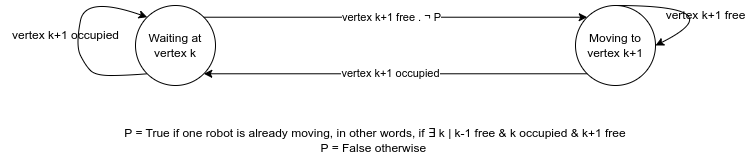
Above: graphics/automat_poly.png in Sevla8/End-of-Study-Project-INSA-Lyon (draw.io), before the change. Source tidied: cells renumbered, new cells last; positions are measured from the earlier drawing's top-left corner, leaving out a move shared by most shapes.
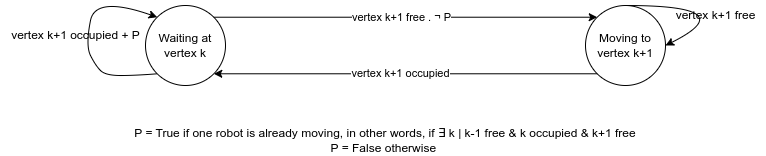
After the change.

The edit, as a diff of the source:
```diff
@@ -37,8 +37,8 @@
     <mxCell id="8" value="vertex k+1 free" style="text;html=1;align=center;verticalAlign=middle;strokeColor=none;fillColor=none;" parent="1" vertex="1">
       <mxGeometry x="655" y="5" width="100" height="30" as="geometry" />
     </mxCell>
-    <mxCell id="9" value="vertex k+1 occupied" style="text;html=1;align=center;verticalAlign=middle;strokeColor=none;fillColor=none;" parent="1" vertex="1">
-      <mxGeometry y="25" width="130" height="30" as="geometry" />
+    <mxCell id="9" value="vertex k+1 occupied + P" style="text;html=1;align=center;verticalAlign=middle;strokeColor=none;fillColor=none;" parent="1" vertex="1">
+      <mxGeometry x="-10" y="25" width="150" height="30" as="geometry" />
     </mxCell>
     <mxCell id="10" style="endArrow=classic;html=1;curved=1;exitX=0;exitY=1;exitDx=0;exitDy=0;entryX=1;entryY=1;entryDx=0;entryDy=0;" parent="1" edge="1" source="3" target="2">
       <mxGeometry relative="1" as="geometry" />
```
